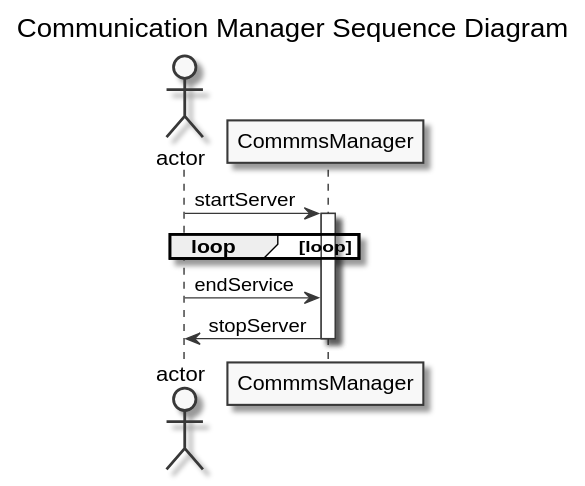
Earlier version of the PlantUML export docs/sequence_uml/comms_manager.svg (avrocha/plant-floor-control).
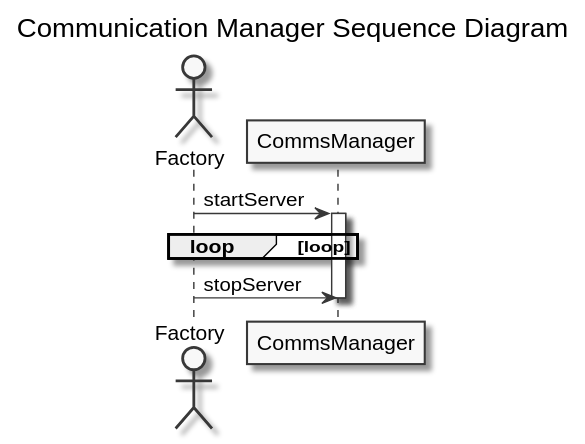
Above is the later version.

Diff of the diagram source:
```diff
@@ -5,17 +5,17 @@
 skinparam classAttributeIconSize 0
 
 title Communication Manager Sequence Diagram
-actor actor
+actor Factory
 
 
-actor-> CommmsManager: startServer
-activate CommmsManager
+Factory-> CommsManager: startServer
+activate CommsManager
 loop loop
+
 end
 
-actor-> CommmsManager: endService
+Factory-> CommsManager: stopServer
 
-CommmsManager->actor: stopServer
-deactivate CommmsManager
+deactivate CommsManager
 
 @enduml
```
